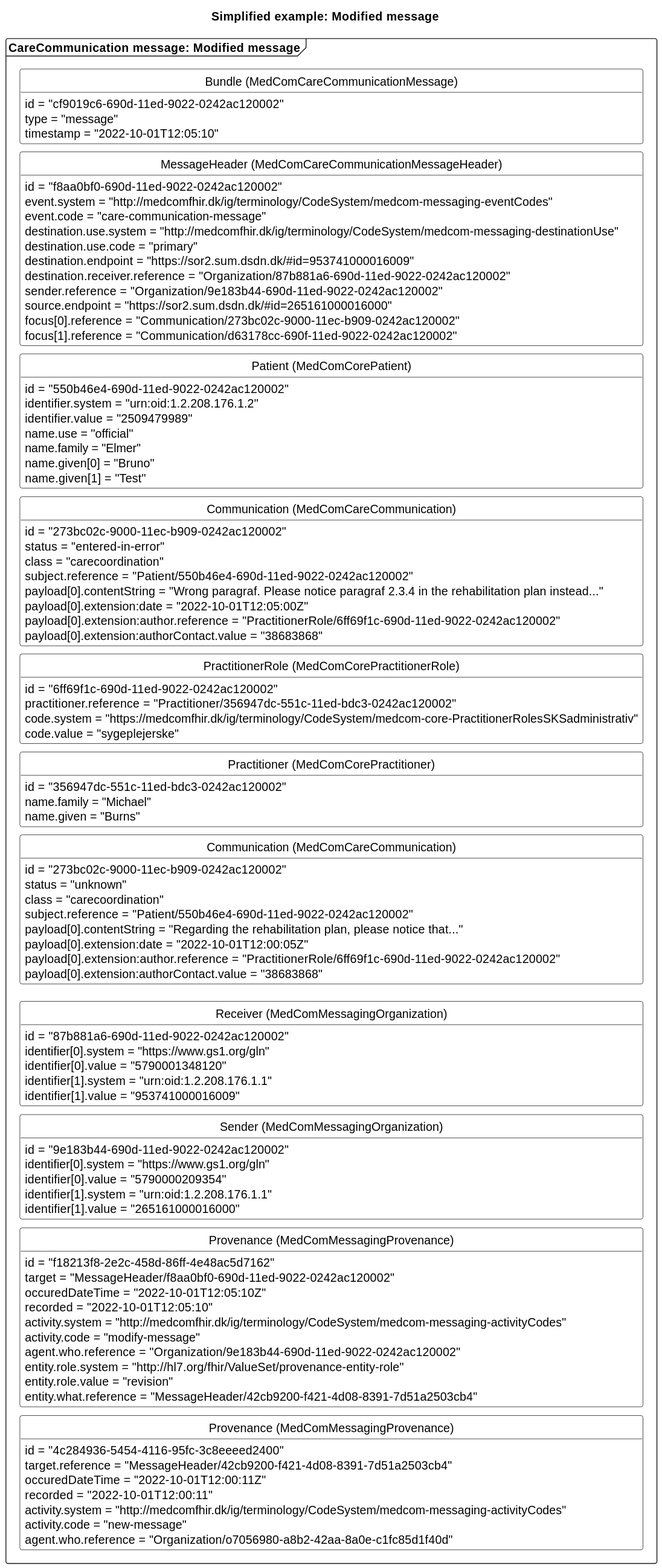
medcomdk/dk-medcom-carecommunication keeps this PlantUML diagram as input/images/carecommunication/CCmodifyMessage.svg. Above is the earlier version. Its diagram source:
```plantuml
@startuml CCmodifyMessage

skinparam class {
    BackgroundColor White
    BorderColor Black
    ArrowColor Black
  }
hide circle
hide empty members
skinparam SameClassWidth true
skinparam Ranksep 10


title Simplified example: Modified message

package "CareCommunication message: Modified message" as modify <<Frame>>{
    class "Bundle (MedComCareCommunicationMessage)" as modifyB {
        id = "cf9019c6-690d-11ed-9022-0242ac120002"
        type = "message"
        timestamp = "2022-10-01T12:05:10"
    }
    class "MessageHeader (MedComCareCommunicationMessageHeader)" as modifyMH{
        id = "f8aa0bf0-690d-11ed-9022-0242ac120002"
        event.system = "http://medcomfhir.dk/ig/terminology/CodeSystem/medcom-messaging-eventCodes"
        event.code = "care-communication-message"
        destination.use.system = "http://medcomfhir.dk/ig/terminology/CodeSystem/medcom-messaging-destinationUse"
        destination.use.code = "primary"
        destination.endpoint = "https://sor2.sum.dsdn.dk/#id=953741000016009"
        destination.receiver.reference = "Organization/87b881a6-690d-11ed-9022-0242ac120002"
        sender.reference = "Organization/9e183b44-690d-11ed-9022-0242ac120002"
        source.endpoint = "https://sor2.sum.dsdn.dk/#id=265161000016000"
        focus[0].reference = "Communication/273bc02c-9000-11ec-b909-0242ac120002"
        focus[1].reference = "Communication/d63178cc-690f-11ed-9022-0242ac120002"
    }
    class "Patient (MedComCorePatient)" as modifyPT{
        id = "550b46e4-690d-11ed-9022-0242ac120002"
        identifier.system = "urn:oid:1.2.208.176.1.2"
        identifier.value = "2509479989"
        name.use = "official"
        name.family = "Elmer"
        name.given[0] = "Bruno"
        name.given[1] = "Test"
    }
    class "Communication (MedComCareCommunication)" as modifyCom{
        id = "273bc02c-9000-11ec-b909-0242ac120002"
        status = "entered-in-error"
        class = "carecoordination"
        subject.reference = "Patient/550b46e4-690d-11ed-9022-0242ac120002"
        payload[0].contentString = "Wrong paragraf. Please notice paragraf 2.3.4 in the rehabilitation plan instead..."
        payload[0].extension:date = "2022-10-01T12:05:00Z"
        payload[0].extension:author.reference = "PractitionerRole/6ff69f1c-690d-11ed-9022-0242ac120002"
        payload[0].extension:authorContact.value = "38683868"
    }
    class "PractitionerRole (MedComCorePractitionerRole)" as modifyPracR{
        id = "6ff69f1c-690d-11ed-9022-0242ac120002"
        practitioner.reference = "Practitioner/356947dc-551c-11ed-bdc3-0242ac120002"
        code.system = "https://medcomfhir.dk/ig/terminology/CodeSystem/medcom-core-PractitionerRolesSKSadministrativ"
        code.value = "sygeplejerske"
    }
    class "Practitioner (MedComCorePractitioner)" as modifyPrac{
        id = "356947dc-551c-11ed-bdc3-0242ac120002"
        name.family = "Michael"
        name.given = "Burns"
    }
    class "Communication (MedComCareCommunication)" as newCom{
        id = "273bc02c-9000-11ec-b909-0242ac120002"
        status = "unknown"
        class = "carecoordination"
        subject.reference = "Patient/550b46e4-690d-11ed-9022-0242ac120002"
        payload[0].contentString = "Regarding the rehabilitation plan, please notice that..."
        payload[0].extension:date = "2022-10-01T12:00:05Z"
        payload[0].extension:author.reference = "PractitionerRole/6ff69f1c-690d-11ed-9022-0242ac120002"
        payload[0].extension:authorContact.value = "38683868"
    }
    class "Receiver (MedComMessagingOrganization)" as modifyROrg{
        id = "87b881a6-690d-11ed-9022-0242ac120002"
        identifier[0].system = "https://www.gs1.org/gln"
        identifier[0].value = "5790001348120"
        identifier[1].system = "urn:oid:1.2.208.176.1.1"
        identifier[1].value = "953741000016009"
    }
    class "Sender (MedComMessagingOrganization)" as modifySOrg{
        id = "9e183b44-690d-11ed-9022-0242ac120002"
        identifier[0].system = "https://www.gs1.org/gln"
        identifier[0].value = "5790000209354"
        identifier[1].system = "urn:oid:1.2.208.176.1.1"
        identifier[1].value = "265161000016000"
    }
    class "Provenance (MedComMessagingProvenance)" as modifyPRO{
        id = "f18213f8-2e2c-458d-86ff-4e48ac5d7162"
        target = "MessageHeader/f8aa0bf0-690d-11ed-9022-0242ac120002"
        occuredDateTime = "2022-10-01T12:05:10Z"
        recorded = "2022-10-01T12:05:10"
        activity.system = "http://medcomfhir.dk/ig/terminology/CodeSystem/medcom-messaging-activityCodes"
        activity.code = "modify-message"
        agent.who.reference = "Organization/9e183b44-690d-11ed-9022-0242ac120002"
        entity.role.system = "http://hl7.org/fhir/ValueSet/provenance-entity-role"
        entity.role.value = "revision"
        entity.what.reference = "MessageHeader/42cb9200-f421-4d08-8391-7d51a2503cb4"
    }
    class "Provenance (MedComMessagingProvenance)" as newPRO{
        id = "4c284936-5454-4116-95fc-3c8eeeed2400"
        target.reference = "MessageHeader/42cb9200-f421-4d08-8391-7d51a2503cb4"
        occuredDateTime = "2022-10-01T12:00:11Z"
        recorded = "2022-10-01T12:00:11"
        activity.system = "http://medcomfhir.dk/ig/terminology/CodeSystem/medcom-messaging-activityCodes"
        activity.code = "new-message"
        agent.who.reference = "Organization/o7056980-a8b2-42aa-8a0e-c1fc85d1f40d"
    }

modifyB -[hidden]- modifyMH
modifyMH -[hidden]-modifyPT
modifyPT-[hidden]-modifyCom
modifyCom -[hidden]-modifyPracR
modifyPracR-[hidden]-modifyPrac
modifyPrac-[hidden]-newCom
newCom-[hidden]--modifyROrg
modifyROrg-[hidden]- modifySOrg
modifySOrg-[hidden]-modifyPRO
modifyPRO-[hidden]-newPRO


@enduml
```
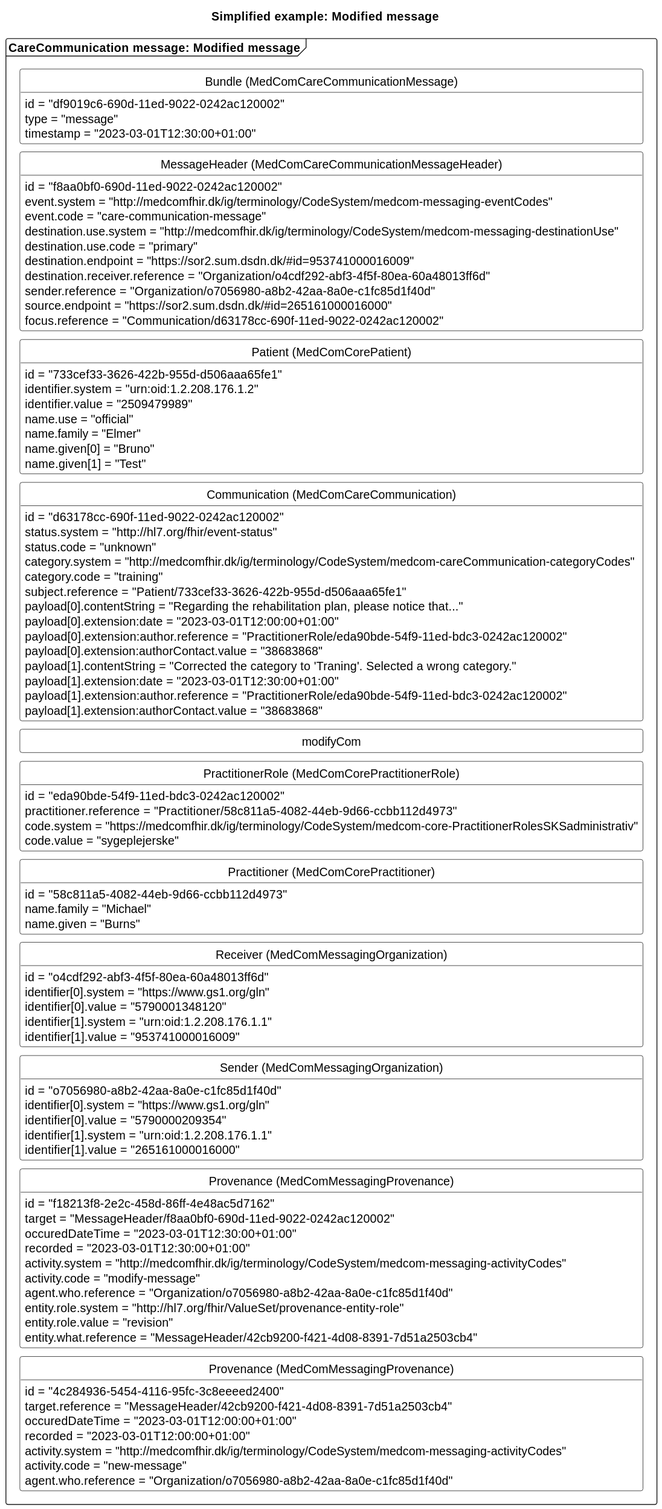
The same file after the commit.

The edit, as a diff of the source:
```diff
@@ -15,9 +15,9 @@
 
 package "CareCommunication message: Modified message" as modify <<Frame>>{
     class "Bundle (MedComCareCommunicationMessage)" as modifyB {
-        id = "cf9019c6-690d-11ed-9022-0242ac120002"
+        id = "df9019c6-690d-11ed-9022-0242ac120002"
         type = "message"
-        timestamp = "2022-10-01T12:05:10"
+        timestamp = "2023-03-01T12:30:00+01:00"
     }
     class "MessageHeader (MedComCareCommunicationMessageHeader)" as modifyMH{
         id = "f8aa0bf0-690d-11ed-9022-0242ac120002"
@@ -26,14 +26,13 @@
         destination.use.system = "http://medcomfhir.dk/ig/terminology/CodeSystem/medcom-messaging-destinationUse"
         destination.use.code = "primary"
         destination.endpoint = "https://sor2.sum.dsdn.dk/#id=953741000016009"
-        destination.receiver.reference = "Organization/87b881a6-690d-11ed-9022-0242ac120002"
-        sender.reference = "Organization/9e183b44-690d-11ed-9022-0242ac120002"
+        destination.receiver.reference = "Organization/o4cdf292-abf3-4f5f-80ea-60a48013ff6d"
+        sender.reference = "Organization/o7056980-a8b2-42aa-8a0e-c1fc85d1f40d"
         source.endpoint = "https://sor2.sum.dsdn.dk/#id=265161000016000"
-        focus[0].reference = "Communication/273bc02c-9000-11ec-b909-0242ac120002"
-        focus[1].reference = "Communication/d63178cc-690f-11ed-9022-0242ac120002"
+        focus.reference = "Communication/d63178cc-690f-11ed-9022-0242ac120002"
     }
     class "Patient (MedComCorePatient)" as modifyPT{
-        id = "550b46e4-690d-11ed-9022-0242ac120002"
+        id = "733cef33-3626-422b-955d-d506aaa65fe1"
         identifier.system = "urn:oid:1.2.208.176.1.2"
         identifier.value = "2509479989"
         name.use = "official"
@@ -41,46 +40,42 @@
         name.given[0] = "Bruno"
         name.given[1] = "Test"
     }
-    class "Communication (MedComCareCommunication)" as modifyCom{
-        id = "273bc02c-9000-11ec-b909-0242ac120002"
-        status = "entered-in-error"
-        class = "carecoordination"
-        subject.reference = "Patient/550b46e4-690d-11ed-9022-0242ac120002"
-        payload[0].contentString = "Wrong paragraf. Please notice paragraf 2.3.4 in the rehabilitation plan instead..."
-        payload[0].extension:date = "2022-10-01T12:05:00Z"
-        payload[0].extension:author.reference = "PractitionerRole/6ff69f1c-690d-11ed-9022-0242ac120002"
+    class "Communication (MedComCareCommunication)" as newCom{
+        id = "d63178cc-690f-11ed-9022-0242ac120002"
+        status.system = "http://hl7.org/fhir/event-status"
+        status.code = "unknown"
+        category.system = "http://medcomfhir.dk/ig/terminology/CodeSystem/medcom-careCommunication-categoryCodes"
+        category.code = "training"
+        subject.reference = "Patient/733cef33-3626-422b-955d-d506aaa65fe1"
+        payload[0].contentString = "Regarding the rehabilitation plan, please notice that..."
+        payload[0].extension:date = "2023-03-01T12:00:00+01:00"
+        payload[0].extension:author.reference = "PractitionerRole/eda90bde-54f9-11ed-bdc3-0242ac120002"
         payload[0].extension:authorContact.value = "38683868"
+        payload[1].contentString = "Corrected the category to 'Traning'. Selected a wrong category."
+        payload[1].extension:date = "2023-03-01T12:30:00+01:00"
+        payload[1].extension:author.reference = "PractitionerRole/eda90bde-54f9-11ed-bdc3-0242ac120002"
+        payload[1].extension:authorContact.value = "38683868"
     }
     class "PractitionerRole (MedComCorePractitionerRole)" as modifyPracR{
-        id = "6ff69f1c-690d-11ed-9022-0242ac120002"
-        practitioner.reference = "Practitioner/356947dc-551c-11ed-bdc3-0242ac120002"
+        id = "eda90bde-54f9-11ed-bdc3-0242ac120002"
+        practitioner.reference = "Practitioner/58c811a5-4082-44eb-9d66-ccbb112d4973"
         code.system = "https://medcomfhir.dk/ig/terminology/CodeSystem/medcom-core-PractitionerRolesSKSadministrativ"
         code.value = "sygeplejerske"
     }
     class "Practitioner (MedComCorePractitioner)" as modifyPrac{
-        id = "356947dc-551c-11ed-bdc3-0242ac120002"
+        id = "58c811a5-4082-44eb-9d66-ccbb112d4973"
         name.family = "Michael"
         name.given = "Burns"
     }
-    class "Communication (MedComCareCommunication)" as newCom{
-        id = "273bc02c-9000-11ec-b909-0242ac120002"
-        status = "unknown"
-        class = "carecoordination"
-        subject.reference = "Patient/550b46e4-690d-11ed-9022-0242ac120002"
-        payload[0].contentString = "Regarding the rehabilitation plan, please notice that..."
-        payload[0].extension:date = "2022-10-01T12:00:05Z"
-        payload[0].extension:author.reference = "PractitionerRole/6ff69f1c-690d-11ed-9022-0242ac120002"
-        payload[0].extension:authorContact.value = "38683868"
-    }
     class "Receiver (MedComMessagingOrganization)" as modifyROrg{
-        id = "87b881a6-690d-11ed-9022-0242ac120002"
+        id = "o4cdf292-abf3-4f5f-80ea-60a48013ff6d"
         identifier[0].system = "https://www.gs1.org/gln"
         identifier[0].value = "5790001348120"
         identifier[1].system = "urn:oid:1.2.208.176.1.1"
         identifier[1].value = "953741000016009"
     }
     class "Sender (MedComMessagingOrganization)" as modifySOrg{
-        id = "9e183b44-690d-11ed-9022-0242ac120002"
+        id = "o7056980-a8b2-42aa-8a0e-c1fc85d1f40d"
         identifier[0].system = "https://www.gs1.org/gln"
         identifier[0].value = "5790000209354"
         identifier[1].system = "urn:oid:1.2.208.176.1.1"
@@ -89,11 +84,11 @@
     class "Provenance (MedComMessagingProvenance)" as modifyPRO{
         id = "f18213f8-2e2c-458d-86ff-4e48ac5d7162"
         target = "MessageHeader/f8aa0bf0-690d-11ed-9022-0242ac120002"
-        occuredDateTime = "2022-10-01T12:05:10Z"
-        recorded = "2022-10-01T12:05:10"
+        occuredDateTime = "2023-03-01T12:30:00+01:00"
+        recorded = "2023-03-01T12:30:00+01:00"
         activity.system = "http://medcomfhir.dk/ig/terminology/CodeSystem/medcom-messaging-activityCodes"
         activity.code = "modify-message"
-        agent.who.reference = "Organization/9e183b44-690d-11ed-9022-0242ac120002"
+        agent.who.reference = "Organization/o7056980-a8b2-42aa-8a0e-c1fc85d1f40d"
         entity.role.system = "http://hl7.org/fhir/ValueSet/provenance-entity-role"
         entity.role.value = "revision"
         entity.what.reference = "MessageHeader/42cb9200-f421-4d08-8391-7d51a2503cb4"
@@ -101,8 +96,8 @@
     class "Provenance (MedComMessagingProvenance)" as newPRO{
         id = "4c284936-5454-4116-95fc-3c8eeeed2400"
         target.reference = "MessageHeader/42cb9200-f421-4d08-8391-7d51a2503cb4"
-        occuredDateTime = "2022-10-01T12:00:11Z"
-        recorded = "2022-10-01T12:00:11"
+        occuredDateTime = "2023-03-01T12:00:00+01:00"
+        recorded = "2023-03-01T12:00:00+01:00"
         activity.system = "http://medcomfhir.dk/ig/terminology/CodeSystem/medcom-messaging-activityCodes"
         activity.code = "new-message"
         agent.who.reference = "Organization/o7056980-a8b2-42aa-8a0e-c1fc85d1f40d"
@@ -110,11 +105,11 @@
 
 modifyB -[hidden]- modifyMH
 modifyMH -[hidden]-modifyPT
-modifyPT-[hidden]-modifyCom
+modifyPT-[hidden]-newCom
+newCom-[hidden]-modifyCom
 modifyCom -[hidden]-modifyPracR
 modifyPracR-[hidden]-modifyPrac
-modifyPrac-[hidden]-newCom
-newCom-[hidden]--modifyROrg
+modifyPrac-[hidden]-modifyROrg
 modifyROrg-[hidden]- modifySOrg
 modifySOrg-[hidden]-modifyPRO
 modifyPRO-[hidden]-newPRO
```
